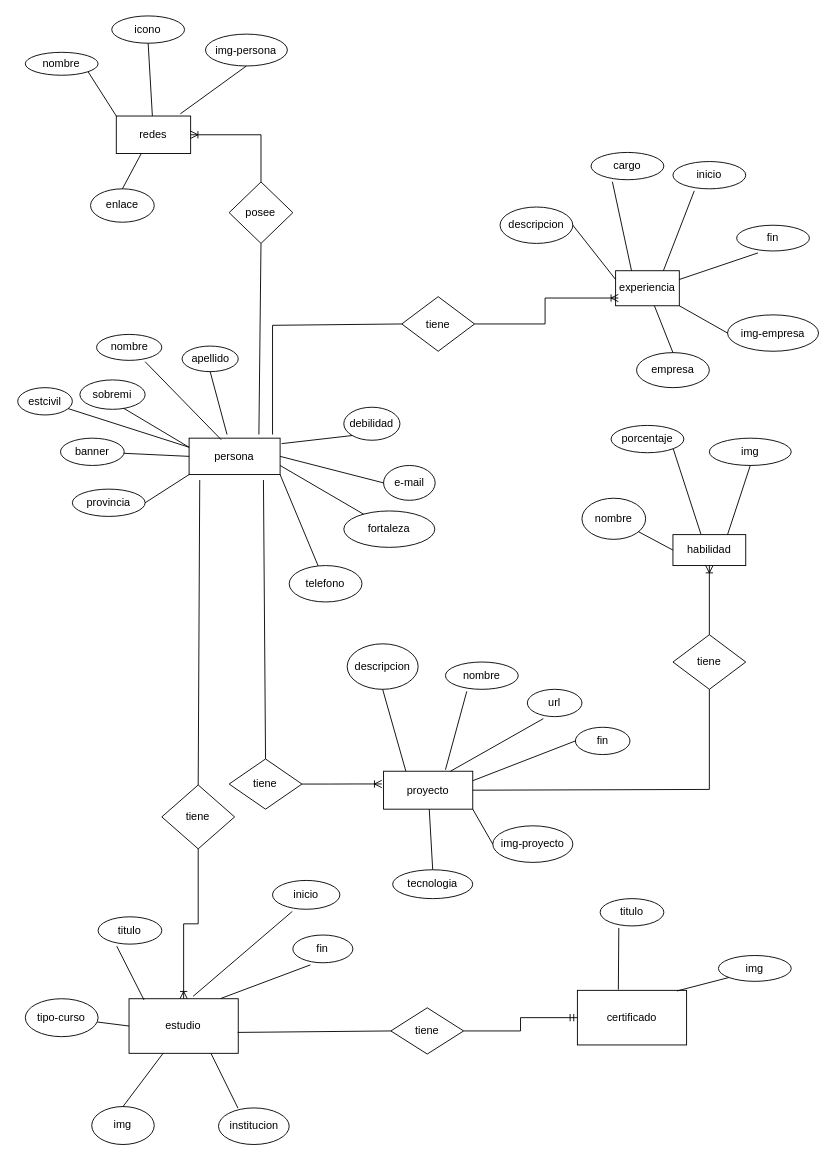
Above: Backend-portfolio/Entidad-relacion.drawio in mp1214/BackEnd-portfolioWeb (draw.io), before the change. Source tidied: cells renumbered, new cells numbered last; positions are measured from the earlier drawing's top-left corner, leaving out a move shared by most shapes. Both pictures are drawn from the tidied source at 91%, with x=0, y=0 at pixel (17, 15).
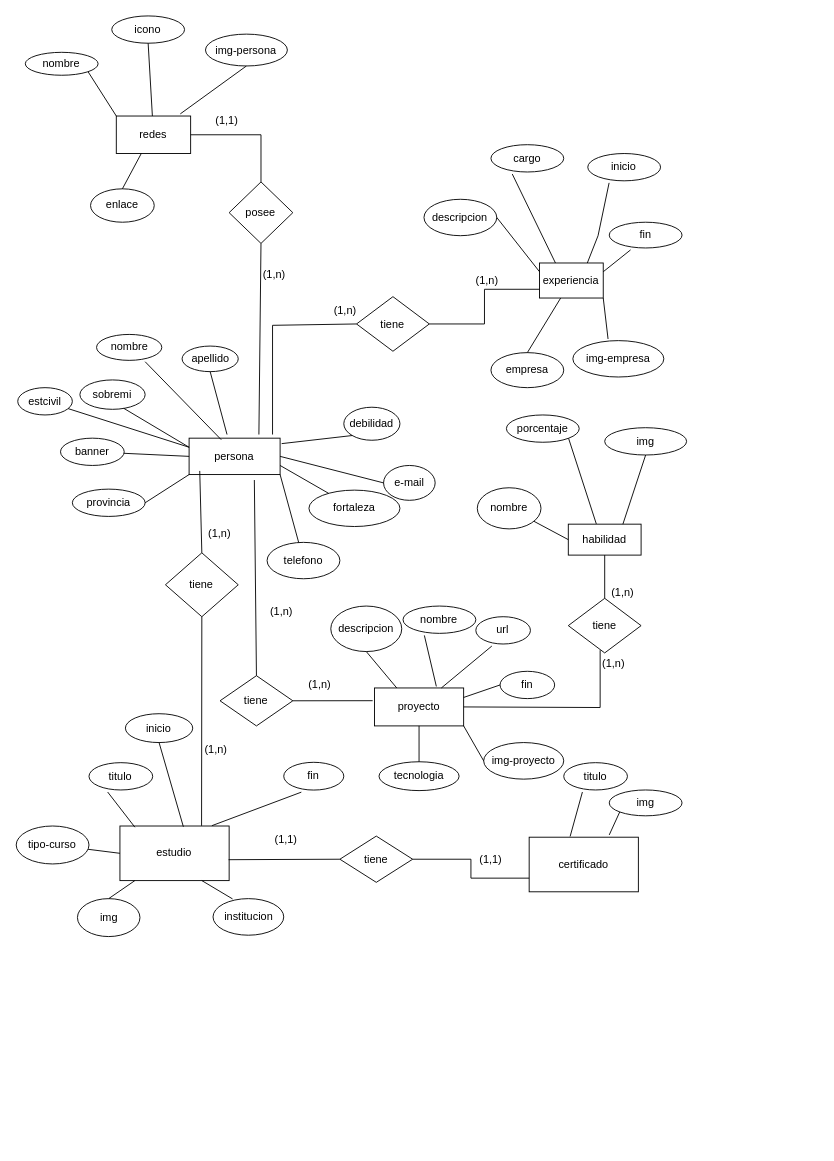
The same diagram, later.

The change refers to these unchanged cells:
```xml
<mxCell id="2" value="persona" style="whiteSpace=wrap;html=1;align=center;" parent="1" vertex="1">
  <mxGeometry x="188.3" y="464" width="100" height="40" as="geometry" />
</mxCell>
<mxCell id="50" value="redes" style="rounded=0;whiteSpace=wrap;html=1;" parent="1" vertex="1">
  <mxGeometry x="108.3" y="110" width="81.7" height="41.2" as="geometry" />
</mxCell>
<mxCell id="84" value="posee" style="rhombus;whiteSpace=wrap;html=1;" parent="1" vertex="1">
  <mxGeometry x="232.3" y="182.4" width="70" height="67.6" as="geometry" />
</mxCell>
```

Change to the diagram source:
```diff
@@
     <mxCell id="18" value="fortaleza" style="ellipse;whiteSpace=wrap;html=1;align=center;" parent="1" vertex="1">
-      <mxGeometry x="358.3" y="544" width="100" height="40" as="geometry" />
+      <mxGeometry x="320" y="521.1" width="100" height="40" as="geometry" />
     </mxCell>
@@
     <mxCell id="20" value="telefono" style="ellipse;whiteSpace=wrap;html=1;align=center;" parent="1" vertex="1">
-      <mxGeometry x="298.3" y="604" width="80" height="40" as="geometry" />
+      <mxGeometry x="274" y="578.5" width="80" height="40" as="geometry" />
     </mxCell>
@@
     <mxCell id="24" value="experiencia" style="rounded=0;whiteSpace=wrap;html=1;" parent="1" vertex="1">
-      <mxGeometry x="657" y="280" width="70" height="38.5" as="geometry" />
+      <mxGeometry x="573.4" y="271.5" width="70" height="38.5" as="geometry" />
     </mxCell>
     <mxCell id="25" value="cargo" style="ellipse;whiteSpace=wrap;html=1;align=center;" parent="1" vertex="1">
-      <mxGeometry x="630" y="150" width="80" height="30" as="geometry" />
+      <mxGeometry x="520" y="141.5" width="80" height="30" as="geometry" />
     </mxCell>
@@
     <mxCell id="27" value="inicio" style="ellipse;whiteSpace=wrap;html=1;align=center;" parent="1" vertex="1">
-      <mxGeometry x="720" y="160" width="80" height="30" as="geometry" />
+      <mxGeometry x="626.4" y="151.2" width="80" height="30" as="geometry" />
     </mxCell>
     <mxCell id="28" style="endArrow=none;html=1;rounded=0;entryX=0.293;entryY=1.075;entryDx=0;entryDy=0;exitX=0.75;exitY=0;exitDx=0;exitDy=0;entryPerimeter=0;" parent="1" edge="1" source="24" target="27">
-      <mxGeometry relative="1" as="geometry" />
+      <mxGeometry relative="1" as="geometry">
+        <Array as="points">
+          <mxPoint x="637.7" y="241.5" />
+        </Array>
+      </mxGeometry>
     </mxCell>
     <mxCell id="29" value="fin" style="ellipse;whiteSpace=wrap;html=1;align=center;" parent="1" vertex="1">
-      <mxGeometry x="790" y="230" width="80" height="28.3" as="geometry" />
+      <mxGeometry x="650" y="226.7" width="80" height="28.3" as="geometry" />
     </mxCell>
@@
     <mxCell id="31" value="img-empresa" style="ellipse;whiteSpace=wrap;html=1;align=center;" parent="1" vertex="1">
-      <mxGeometry x="780" y="328.5" width="100" height="40" as="geometry" />
+      <mxGeometry x="610" y="356.8" width="100" height="40" as="geometry" />
     </mxCell>
-    <mxCell id="32" style="endArrow=none;html=1;rounded=0;entryX=0;entryY=0.5;entryDx=0;entryDy=0;exitX=1;exitY=1;exitDx=0;exitDy=0;" parent="1" edge="1" source="24" target="31">
+    <mxCell id="32" style="endArrow=none;html=1;rounded=0;entryX=0.387;entryY=-0.045;entryDx=0;entryDy=0;exitX=1;exitY=1;exitDx=0;exitDy=0;entryPerimeter=0;" parent="1" edge="1" source="24" target="31">
       <mxGeometry relative="1" as="geometry" />
     </mxCell>
     <mxCell id="33" value="empresa" style="ellipse;whiteSpace=wrap;html=1;align=center;" parent="1" vertex="1">
-      <mxGeometry x="680" y="370" width="80" height="38.5" as="geometry" />
+      <mxGeometry x="520" y="370" width="80" height="38.5" as="geometry" />
     </mxCell>
@@
     <mxCell id="35" value="proyecto" style="rounded=0;whiteSpace=wrap;html=1;" parent="1" vertex="1">
-      <mxGeometry x="402" y="830" width="98" height="41.7" as="geometry" />
+      <mxGeometry x="392" y="738.5" width="98" height="41.7" as="geometry" />
     </mxCell>
     <mxCell id="36" value="nombre" style="ellipse;whiteSpace=wrap;html=1;align=center;" parent="1" vertex="1">
-      <mxGeometry x="470" y="710" width="80" height="30" as="geometry" />
+      <mxGeometry x="423.4" y="648.5" width="80" height="30" as="geometry" />
     </mxCell>
@@
     <mxCell id="38" value="url" style="ellipse;whiteSpace=wrap;html=1;align=center;" parent="1" vertex="1">
-      <mxGeometry x="560" y="740" width="60" height="30" as="geometry" />
+      <mxGeometry x="503.4" y="660.2" width="60" height="30" as="geometry" />
     </mxCell>
@@
     <mxCell id="40" value="fin" style="ellipse;whiteSpace=wrap;html=1;align=center;" parent="1" vertex="1">
-      <mxGeometry x="612.8" y="781.7" width="60" height="30" as="geometry" />
+      <mxGeometry x="530" y="720.2" width="60" height="30" as="geometry" />
     </mxCell>
@@
     <mxCell id="42" value="img-proyecto" style="ellipse;whiteSpace=wrap;html=1;align=center;" parent="1" vertex="1">
-      <mxGeometry x="522" y="890" width="88" height="40.2" as="geometry" />
+      <mxGeometry x="512" y="798.5" width="88" height="40.2" as="geometry" />
     </mxCell>
@@
     <mxCell id="44" value="tecnologia" style="ellipse;whiteSpace=wrap;html=1;align=center;" parent="1" vertex="1">
-      <mxGeometry x="412" y="938.3" width="88" height="31.7" as="geometry" />
+      <mxGeometry x="397" y="819.6" width="88" height="31.7" as="geometry" />
     </mxCell>
@@
     <mxCell id="46" value="descripcion" style="ellipse;whiteSpace=wrap;html=1;" parent="1" vertex="1">
-      <mxGeometry x="530" y="210" width="80" height="40" as="geometry" />
+      <mxGeometry x="446.4" y="201.5" width="80" height="40" as="geometry" />
     </mxCell>
@@
     <mxCell id="48" value="descripcion" style="ellipse;whiteSpace=wrap;html=1;" parent="1" vertex="1">
-      <mxGeometry x="362" y="690" width="78" height="50" as="geometry" />
+      <mxGeometry x="344" y="648.5" width="78" height="50" as="geometry" />
     </mxCell>
@@
     <mxCell id="57" value="estudio" style="rounded=0;whiteSpace=wrap;html=1;" parent="1" vertex="1">
-      <mxGeometry x="122.3" y="1080" width="120" height="60" as="geometry" />
+      <mxGeometry x="112.3" y="890.2" width="120" height="60" as="geometry" />
     </mxCell>
     <mxCell id="58" value="titulo" style="ellipse;whiteSpace=wrap;html=1;align=center;" parent="1" vertex="1">
-      <mxGeometry x="88.3" y="990" width="70" height="30" as="geometry" />
+      <mxGeometry x="78.3" y="820.6" width="70" height="30" as="geometry" />
     </mxCell>
@@
     <mxCell id="60" value="inicio" style="ellipse;whiteSpace=wrap;html=1;align=center;" parent="1" vertex="1">
-      <mxGeometry x="280" y="950" width="74" height="31.7" as="geometry" />
+      <mxGeometry x="118.3" y="766.8" width="74" height="31.7" as="geometry" />
     </mxCell>
-    <mxCell id="61" style="endArrow=none;html=1;rounded=0;entryX=0.293;entryY=1.075;entryDx=0;entryDy=0;exitX=0.587;exitY=-0.044;exitDx=0;exitDy=0;entryPerimeter=0;exitPerimeter=0;" parent="1" edge="1" source="57" target="60">
+    <mxCell id="61" style="endArrow=none;html=1;rounded=0;entryX=0.5;entryY=1;entryDx=0;entryDy=0;exitX=0.581;exitY=0.014;exitDx=0;exitDy=0;exitPerimeter=0;" parent="1" edge="1" source="57" target="60">
       <mxGeometry relative="1" as="geometry" />
     </mxCell>
     <mxCell id="62" value="fin" style="ellipse;whiteSpace=wrap;html=1;align=center;" parent="1" vertex="1">
-      <mxGeometry x="302.3" y="1010" width="66" height="30.5" as="geometry" />
+      <mxGeometry x="292.3" y="820.2" width="66" height="30.5" as="geometry" />
     </mxCell>
@@
     <mxCell id="64" value="institucion" style="ellipse;whiteSpace=wrap;html=1;align=center;" parent="1" vertex="1">
-      <mxGeometry x="220.6" y="1200" width="77.7" height="40.2" as="geometry" />
+      <mxGeometry x="214.6" y="970" width="77.7" height="40.2" as="geometry" />
     </mxCell>
@@
     <mxCell id="66" value="img" style="ellipse;whiteSpace=wrap;html=1;align=center;" parent="1" vertex="1">
-      <mxGeometry x="81.3" y="1198.5" width="68.7" height="41.7" as="geometry" />
+      <mxGeometry x="65.6" y="970" width="68.7" height="41.7" as="geometry" />
     </mxCell>
@@
     <mxCell id="69" value="tipo-curso" style="ellipse;whiteSpace=wrap;html=1;" parent="1" vertex="1">
-      <mxGeometry x="8.3" y="1080" width="80" height="41.7" as="geometry" />
+      <mxGeometry x="-1.7" y="890.2" width="80" height="41.7" as="geometry" />
     </mxCell>
     <mxCell id="70" value="certificado" style="rounded=0;whiteSpace=wrap;html=1;" parent="1" vertex="1">
-      <mxGeometry x="615" y="1070.8" width="120" height="60" as="geometry" />
+      <mxGeometry x="562" y="902.5" width="120" height="60" as="geometry" />
     </mxCell>
     <mxCell id="71" value="titulo" style="ellipse;whiteSpace=wrap;html=1;align=center;" parent="1" vertex="1">
-      <mxGeometry x="640" y="970" width="70" height="30" as="geometry" />
+      <mxGeometry x="600" y="820.6" width="70" height="30" as="geometry" />
     </mxCell>
     <mxCell id="72" style="endArrow=none;html=1;rounded=0;entryX=0.293;entryY=1.075;entryDx=0;entryDy=0;entryPerimeter=0;" parent="1" edge="1" target="71">
       <mxGeometry relative="1" as="geometry">
-        <mxPoint x="660" y="1070" as="sourcePoint" />
+        <mxPoint x="607" y="901.7" as="sourcePoint" />
       </mxGeometry>
     </mxCell>
     <mxCell id="73" value="img" style="ellipse;whiteSpace=wrap;html=1;align=center;" parent="1" vertex="1">
-      <mxGeometry x="770" y="1032.5" width="80" height="28.4" as="geometry" />
+      <mxGeometry x="650" y="850.6" width="80" height="28.4" as="geometry" />
     </mxCell>
-    <mxCell id="74" style="endArrow=none;html=1;rounded=0;entryX=0;entryY=1;entryDx=0;entryDy=0;exitX=0.911;exitY=0.011;exitDx=0;exitDy=0;exitPerimeter=0;" parent="1" edge="1" source="70" target="73">
-      <mxGeometry relative="1" as="geometry" />
+    <mxCell id="74" style="endArrow=none;html=1;rounded=0;entryX=0;entryY=1;entryDx=0;entryDy=0;" parent="1" edge="1" target="73">
+      <mxGeometry relative="1" as="geometry">
+        <mxPoint x="650" y="900" as="sourcePoint" />
+      </mxGeometry>
     </mxCell>
     <mxCell id="75" value="habilidad" style="rounded=0;whiteSpace=wrap;html=1;" parent="1" vertex="1">
-      <mxGeometry x="720" y="570" width="80" height="34" as="geometry" />
+      <mxGeometry x="605" y="558.5" width="80" height="34" as="geometry" />
     </mxCell>
     <mxCell id="76" value="porcentaje" style="ellipse;whiteSpace=wrap;html=1;align=center;" parent="1" vertex="1">
-      <mxGeometry x="652" y="450" width="80" height="30" as="geometry" />
+      <mxGeometry x="537" y="438.5" width="80" height="30" as="geometry" />
     </mxCell>
@@
     <mxCell id="78" value="img" style="ellipse;whiteSpace=wrap;html=1;align=center;" parent="1" vertex="1">
-      <mxGeometry x="760" y="464" width="90" height="30" as="geometry" />
+      <mxGeometry x="645" y="452.5" width="90" height="30" as="geometry" />
     </mxCell>
@@
     <mxCell id="81" value="nombre" style="ellipse;whiteSpace=wrap;html=1;" parent="1" vertex="1">
-      <mxGeometry x="620" y="530" width="70" height="45.2" as="geometry" />
+      <mxGeometry x="505" y="518.5" width="70" height="45.2" as="geometry" />
     </mxCell>
     <mxCell id="82" value="tiene" style="rhombus;whiteSpace=wrap;html=1;" parent="1" vertex="1">
-      <mxGeometry x="720" y="680" width="80" height="60" as="geometry" />
+      <mxGeometry x="605" y="640" width="80" height="60" as="geometry" />
     </mxCell>
-    <mxCell id="83" style="endArrow=none;html=1;rounded=0;entryX=0.5;entryY=1;entryDx=0;entryDy=0;exitX=1;exitY=0.5;exitDx=0;exitDy=0;" parent="1" edge="1" source="35" target="82">
+    <mxCell id="83" style="endArrow=none;html=1;rounded=0;entryX=0.25;entryY=0;entryDx=0;entryDy=0;exitX=1;exitY=0.5;exitDx=0;exitDy=0;" parent="1" edge="1" source="35" target="105">
       <mxGeometry relative="1" as="geometry">
         <Array as="points">
-          <mxPoint x="760" y="850" />
+          <mxPoint x="640" y="760" />
         </Array>
       </mxGeometry>
     </mxCell>
@@
     <mxCell id="85" value="tiene" style="rhombus;whiteSpace=wrap;html=1;" parent="1" vertex="1">
-      <mxGeometry x="232.3" y="816.5" width="80" height="55.2" as="geometry" />
+      <mxGeometry x="222.3" y="725" width="80" height="55.2" as="geometry" />
     </mxCell>
     <mxCell id="86" style="endArrow=none;html=1;rounded=0;entryX=0.5;entryY=0;entryDx=0;entryDy=0;" parent="1" edge="1" target="85">
       <mxGeometry relative="1" as="geometry">
-        <mxPoint x="270" y="510" as="sourcePoint" />
+        <mxPoint x="260" y="510" as="sourcePoint" />
       </mxGeometry>
     </mxCell>
     <mxCell id="87" value="tiene" style="rhombus;whiteSpace=wrap;html=1;" parent="1" vertex="1">
-      <mxGeometry x="410" y="1090" width="80" height="50.8" as="geometry" />
+      <mxGeometry x="354" y="901.3" width="80" height="50.8" as="geometry" />
     </mxCell>
@@
     <mxCell id="89" value="tiene" style="rhombus;whiteSpace=wrap;html=1;" parent="1" vertex="1">
-      <mxGeometry x="158.3" y="845.1" width="80" height="70.2" as="geometry" />
+      <mxGeometry x="162.3" y="590" width="80" height="70.2" as="geometry" />
     </mxCell>
-    <mxCell id="90" style="endArrow=none;html=1;rounded=0;exitX=0.5;exitY=0;exitDx=0;exitDy=0;" parent="1" edge="1" source="89">
-      <mxGeometry relative="1" as="geometry">
-        <mxPoint x="200" y="510" as="targetPoint" />
-      </mxGeometry>
+    <mxCell id="90" style="endArrow=none;html=1;rounded=0;exitX=0.5;exitY=0;exitDx=0;exitDy=0;entryX=0.117;entryY=0.9;entryDx=0;entryDy=0;entryPerimeter=0;" parent="1" edge="1" source="89" target="2">
+      <mxGeometry relative="1" as="geometry" />
     </mxCell>
@@
     <mxCell id="92" value="tiene" style="rhombus;whiteSpace=wrap;html=1;" parent="1" vertex="1">
-      <mxGeometry x="422" y="308.5" width="80" height="60" as="geometry" />
+      <mxGeometry x="372.3" y="308.5" width="80" height="60" as="geometry" />
     </mxCell>
@@
-    <mxCell id="95" style="edgeStyle=entityRelationEdgeStyle;fontSize=12;html=1;endArrow=ERoneToMany;rounded=0;exitX=1;exitY=0.5;exitDx=0;exitDy=0;" parent="1" edge="1" source="85">
-      <mxGeometry relative="1" as="geometry">
-        <mxPoint x="400" y="844" as="targetPoint" />
-      </mxGeometry>
-    </mxCell>
-    <mxCell id="96" style="edgeStyle=orthogonalEdgeStyle;fontSize=12;html=1;endArrow=ERoneToMany;rounded=0;exitX=1;exitY=0.5;exitDx=0;exitDy=0;entryX=0.043;entryY=0.779;entryDx=0;entryDy=0;entryPerimeter=0;" parent="1" edge="1" source="92" target="24">
-      <mxGeometry relative="1" as="geometry" />
-    </mxCell>
+    <mxCell id="101" value="(1,n)" style="text;html=1;strokeColor=none;fillColor=none;align=center;verticalAlign=middle;whiteSpace=wrap;rounded=0;" parent="1" vertex="1">
+      <mxGeometry x="252.3" y="270" width="60" height="30" as="geometry" />
+    </mxCell>
+    <mxCell id="102" value="(1,1)" style="text;html=1;strokeColor=none;fillColor=none;align=center;verticalAlign=middle;whiteSpace=wrap;rounded=0;" parent="1" vertex="1">
+      <mxGeometry x="200" y="100" width="60" height="30" as="geometry" />
+    </mxCell>
-    <mxCell id="97" style="edgeStyle=orthogonalEdgeStyle;fontSize=12;html=1;endArrow=ERoneToMany;rounded=0;entryX=1;entryY=0.5;entryDx=0;entryDy=0;exitX=0.5;exitY=0;exitDx=0;exitDy=0;" parent="1" edge="1" source="84" target="50">
+    <mxCell id="97" style="endArrow=none;html=1;rounded=0;entryX=1;entryY=0.5;entryDx=0;entryDy=0;exitX=0.5;exitY=0;exitDx=0;exitDy=0;edgeStyle=orthogonalEdgeStyle;" parent="1" edge="1" source="84" target="50">
       <mxGeometry relative="1" as="geometry" />
     </mxCell>
+    <mxCell id="103" value="(1,n)" style="text;html=1;strokeColor=none;fillColor=none;align=center;verticalAlign=middle;whiteSpace=wrap;rounded=0;" parent="1" vertex="1">
+      <mxGeometry x="330" y="308.5" width="60" height="30" as="geometry" />
+    </mxCell>
+    <mxCell id="104" style="endArrow=none;html=1;rounded=0;entryX=1;entryY=0.5;entryDx=0;entryDy=0;edgeStyle=orthogonalEdgeStyle;exitX=0;exitY=0.75;exitDx=0;exitDy=0;" parent="1" edge="1" source="24" target="92">
+      <mxGeometry relative="1" as="geometry" />
+    </mxCell>
-    <mxCell id="98" style="edgeStyle=orthogonalEdgeStyle;fontSize=12;html=1;endArrow=ERoneToMany;rounded=0;exitX=0.5;exitY=0;exitDx=0;exitDy=0;entryX=0.5;entryY=1;entryDx=0;entryDy=0;" parent="1" edge="1" source="82" target="75">
+    <mxCell id="98" style="endArrow=none;html=1;rounded=0;entryX=0.5;entryY=1;entryDx=0;entryDy=0;exitX=0.5;exitY=0;exitDx=0;exitDy=0;" parent="1" edge="1" source="82" target="75">
       <mxGeometry relative="1" as="geometry" />
     </mxCell>
-    <mxCell id="99" style="edgeStyle=orthogonalEdgeStyle;fontSize=12;html=1;endArrow=ERoneToMany;rounded=0;exitX=0.5;exitY=1;exitDx=0;exitDy=0;entryX=0.5;entryY=0;entryDx=0;entryDy=0;" parent="1" edge="1" source="89" target="57">
-      <mxGeometry relative="1" as="geometry" />
-    </mxCell>
+    <mxCell id="105" value="(1,n)" style="text;html=1;strokeColor=none;fillColor=none;align=center;verticalAlign=middle;whiteSpace=wrap;rounded=0;" parent="1" vertex="1">
+      <mxGeometry x="625" y="697" width="60" height="30" as="geometry" />
+    </mxCell>
+    <mxCell id="106" value="(1,n)" style="text;html=1;strokeColor=none;fillColor=none;align=center;verticalAlign=middle;whiteSpace=wrap;rounded=0;" parent="1" vertex="1">
+      <mxGeometry x="635" y="618.5" width="60" height="30" as="geometry" />
+    </mxCell>
+    <mxCell id="107" style="endArrow=none;html=1;rounded=0;entryX=0.5;entryY=1;entryDx=0;entryDy=0;" parent="1" edge="1" target="89">
+      <mxGeometry relative="1" as="geometry">
+        <mxPoint x="202" y="890" as="sourcePoint" />
+      </mxGeometry>
+    </mxCell>
+    <mxCell id="108" value="(1,n)" style="text;html=1;strokeColor=none;fillColor=none;align=center;verticalAlign=middle;whiteSpace=wrap;rounded=0;" parent="1" vertex="1">
+      <mxGeometry x="192.3" y="554" width="60" height="30" as="geometry" />
+    </mxCell>
+    <mxCell id="109" value="(1,n)" style="text;html=1;strokeColor=none;fillColor=none;align=center;verticalAlign=middle;whiteSpace=wrap;rounded=0;" parent="1" vertex="1">
+      <mxGeometry x="188.3" y="790.6" width="60" height="30" as="geometry" />
+    </mxCell>
-    <mxCell id="100" style="edgeStyle=orthogonalEdgeStyle;fontSize=12;html=1;endArrow=ERmandOne;rounded=0;exitX=1;exitY=0.5;exitDx=0;exitDy=0;entryX=0;entryY=0.5;entryDx=0;entryDy=0;" parent="1" edge="1" source="87" target="70">
+    <mxCell id="100" style="endArrow=none;html=1;rounded=0;entryX=0;entryY=0.75;entryDx=0;entryDy=0;exitX=1;exitY=0.5;exitDx=0;exitDy=0;edgeStyle=orthogonalEdgeStyle;" parent="1" edge="1" source="87" target="70">
       <mxGeometry relative="1" as="geometry" />
     </mxCell>
+    <mxCell id="110" value="(1,1)" style="text;html=1;strokeColor=none;fillColor=none;align=center;verticalAlign=middle;whiteSpace=wrap;rounded=0;" parent="1" vertex="1">
+      <mxGeometry x="490" y="911.7" width="60" height="30" as="geometry" />
+    </mxCell>
+    <mxCell id="111" value="(1,1)" style="text;html=1;strokeColor=none;fillColor=none;align=center;verticalAlign=middle;whiteSpace=wrap;rounded=0;" parent="1" vertex="1">
+      <mxGeometry x="265" y="890.2" width="60" height="30" as="geometry" />
+    </mxCell>
+    <mxCell id="112" style="endArrow=none;html=1;rounded=0;exitX=1;exitY=0.5;exitDx=0;exitDy=0;" parent="1" edge="1" source="85">
+      <mxGeometry relative="1" as="geometry">
+        <mxPoint x="390" y="752.5" as="targetPoint" />
+      </mxGeometry>
+    </mxCell>
+    <mxCell id="113" value="(1,n)" style="text;html=1;strokeColor=none;fillColor=none;align=center;verticalAlign=middle;whiteSpace=wrap;rounded=0;" parent="1" vertex="1">
+      <mxGeometry x="302.3" y="720.2" width="60" height="30" as="geometry" />
+    </mxCell>
+    <mxCell id="114" value="(1,n)" style="text;html=1;strokeColor=none;fillColor=none;align=center;verticalAlign=middle;whiteSpace=wrap;rounded=0;" parent="1" vertex="1">
+      <mxGeometry x="260" y="640" width="60" height="30" as="geometry" />
+    </mxCell>
+    <mxCell id="115" value="(1,n)" style="text;html=1;strokeColor=none;fillColor=none;align=center;verticalAlign=middle;whiteSpace=wrap;rounded=0;" parent="1" vertex="1">
+      <mxGeometry x="486.4" y="275.8" width="60" height="30" as="geometry" />
+    </mxCell>
```
